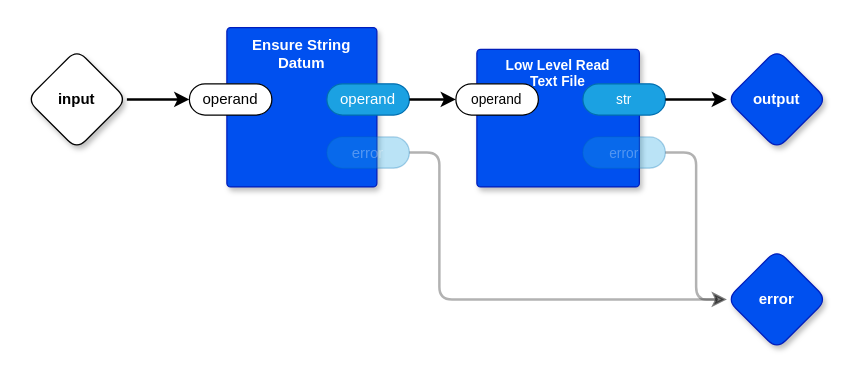
Earlier version of the draw.io diagram page "Read Text File" (15 of 15) of find-and-replace.drawio (guitarvydas/find-and-replace). Source tidied: cells renumbered, new cells numbered last; positions are measured from the earlier drawing's top-left corner, leaving out a move shared by most shapes. Both pictures are drawn from the tidied source at 125%, with x=0, y=0 at pixel (26, 26).
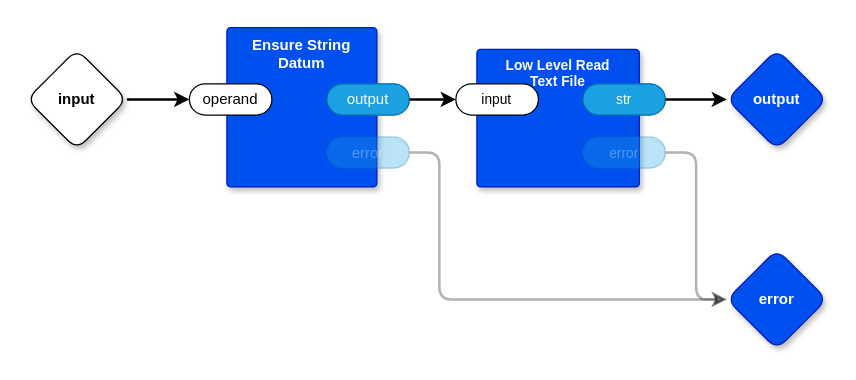
The same diagram, later.

Diff of the diagram source:
```diff
@@
 <mxGraphModel>
   <root>
     <mxCell id="0" />
     <mxCell id="1" parent="0" />
     <mxCell id="2" value="Ensure String Datum" style="rounded=1;whiteSpace=wrap;html=1;sketch=0;verticalAlign=top;arcSize=6;fontStyle=1;absoluteArcSize=1;shadow=1;strokeColor=#001DBC;fillColor=#0050ef;fontColor=#ffffff;" parent="1" vertex="1">
       <mxGeometry x="160" y="0.5" width="120" height="127.5" as="geometry" />
     </mxCell>
     <mxCell id="3" value="operand" style="rounded=1;whiteSpace=wrap;html=1;sketch=0;points=[[0,0.5,0,0,0],[1,0.5,0,0,0]];arcSize=50;" parent="2" vertex="1">
       <mxGeometry x="-30" y="45" width="66" height="25" as="geometry" />
     </mxCell>
-    <mxCell id="4" value="operand" style="rounded=1;whiteSpace=wrap;html=1;sketch=0;points=[[0,0.5,0,0,0],[1,0.5,0,0,0]];fillColor=#1ba1e2;fontColor=#ffffff;strokeColor=#006EAF;arcSize=50;" parent="2" vertex="1">
+    <mxCell id="4" value="output" style="rounded=1;whiteSpace=wrap;html=1;sketch=0;points=[[0,0.5,0,0,0],[1,0.5,0,0,0]];fillColor=#1ba1e2;fontColor=#ffffff;strokeColor=#006EAF;arcSize=50;" parent="2" vertex="1">
       <mxGeometry x="80" y="45" width="66" height="25" as="geometry" />
     </mxCell>
     <mxCell id="5" value="Low Level Read &lt;br&gt;Text File" style="rounded=1;whiteSpace=wrap;html=1;sketch=0;verticalAlign=top;arcSize=6;fontStyle=1;absoluteArcSize=1;shadow=1;strokeColor=#001DBC;fillColor=#0050ef;fontColor=#ffffff;fontFamily=Helvetica;fontSize=11;" parent="1" vertex="1">
       <mxGeometry x="360" y="18" width="130" height="110" as="geometry" />
     </mxCell>
-    <mxCell id="6" value="operand" style="rounded=1;whiteSpace=wrap;html=1;sketch=0;points=[[0,0.5,0,0,0],[1,0.5,0,0,0]];arcSize=50;fontFamily=Helvetica;fontSize=11;fontColor=default;" parent="5" vertex="1">
+    <mxCell id="6" value="input" style="rounded=1;whiteSpace=wrap;html=1;sketch=0;points=[[0,0.5,0,0,0],[1,0.5,0,0,0]];arcSize=50;fontFamily=Helvetica;fontSize=11;fontColor=default;" parent="5" vertex="1">
       <mxGeometry x="-16.8" y="27.5" width="66" height="25" as="geometry" />
     </mxCell>
     <mxCell id="7" value="str" style="rounded=1;whiteSpace=wrap;html=1;sketch=0;points=[[0,0.5,0,0,0],[1,0.5,0,0,0]];fillColor=#1ba1e2;fontColor=#ffffff;strokeColor=#006EAF;arcSize=50;fontFamily=Helvetica;fontSize=11;" parent="5" vertex="1">
       <mxGeometry x="84.8" y="27.5" width="66" height="25" as="geometry" />
     </mxCell>
     <mxCell id="8" value="error" style="rounded=1;whiteSpace=wrap;html=1;sketch=0;points=[[0,0.5,0,0,0],[1,0.5,0,0,0]];fillColor=#1ba1e2;fontColor=#ffffff;strokeColor=#006EAF;arcSize=50;fontFamily=Helvetica;fontSize=11;textOpacity=30;opacity=30;" parent="5" vertex="1">
       <mxGeometry x="84.8" y="70" width="66" height="25" as="geometry" />
     </mxCell>
-    <mxCell id="9" style="edgeStyle=orthogonalEdgeStyle;rounded=1;jettySize=auto;html=1;exitX=1;exitY=0.5;exitDx=0;exitDy=0;exitPerimeter=0;strokeWidth=2;" parent="1" edge="1" source="4" target="6">
-      <mxGeometry relative="1" as="geometry" />
-    </mxCell>
     <mxCell id="10" style="edgeStyle=orthogonalEdgeStyle;shape=connector;rounded=1;jettySize=auto;html=1;exitX=1;exitY=0.5;exitDx=0;exitDy=0;exitPerimeter=0;labelBackgroundColor=default;strokeColor=default;strokeWidth=2;fontFamily=Helvetica;fontSize=11;fontColor=default;endArrow=classic;entryX=0;entryY=0.5;entryDx=0;entryDy=0;entryPerimeter=0;opacity=30;" parent="1" edge="1" source="11" target="16">
       <mxGeometry relative="1" as="geometry">
         <Array as="points">
           <mxPoint x="330" y="101" />
           <mxPoint x="330" y="218" />
         </Array>
       </mxGeometry>
     </mxCell>
     <mxCell id="11" value="error" style="rounded=1;whiteSpace=wrap;html=1;sketch=0;points=[[0,0.5,0,0,0],[1,0.5,0,0,0]];fillColor=#1ba1e2;fontColor=#ffffff;strokeColor=#006EAF;arcSize=50;opacity=30;textOpacity=30;" parent="1" vertex="1">
       <mxGeometry x="240" y="88" width="66" height="25" as="geometry" />
     </mxCell>
     <mxCell id="12" style="edgeStyle=orthogonalEdgeStyle;shape=connector;rounded=1;jettySize=auto;html=1;entryX=0;entryY=0.5;entryDx=0;entryDy=0;entryPerimeter=0;labelBackgroundColor=default;strokeColor=default;strokeWidth=2;fontFamily=Helvetica;fontSize=11;fontColor=default;endArrow=classic;" parent="1" edge="1" source="13" target="3">
       <mxGeometry relative="1" as="geometry" />
     </mxCell>
     <mxCell id="13" value="input" style="rhombus;whiteSpace=wrap;html=1;rounded=1;fontStyle=1;glass=0;sketch=0;fontSize=12;points=[[0,0.5,0,0,0],[0.5,0,0,0,0],[0.5,1,0,0,0],[1,0.5,0,0,0]];shadow=1;fontFamily=Helvetica;fontColor=default;" parent="1" vertex="1">
       <mxGeometry y="18" width="80" height="80" as="geometry" />
     </mxCell>
     <mxCell id="14" value="output" style="rhombus;whiteSpace=wrap;html=1;rounded=1;fillColor=#0050ef;fontColor=#ffffff;strokeColor=#001DBC;fontStyle=1;glass=0;sketch=0;fontSize=12;points=[[0,0.5,0,0,0],[0.5,0,0,0,0],[0.5,1,0,0,0],[1,0.5,0,0,0]];shadow=1;fontFamily=Helvetica;" parent="1" vertex="1">
       <mxGeometry x="560" y="18" width="80" height="80" as="geometry" />
     </mxCell>
     <mxCell id="15" style="edgeStyle=orthogonalEdgeStyle;shape=connector;rounded=1;jettySize=auto;html=1;exitX=1;exitY=0.5;exitDx=0;exitDy=0;exitPerimeter=0;entryX=0;entryY=0.5;entryDx=0;entryDy=0;entryPerimeter=0;labelBackgroundColor=default;strokeColor=default;strokeWidth=2;fontFamily=Helvetica;fontSize=11;fontColor=default;endArrow=classic;" parent="1" edge="1" source="7" target="14">
       <mxGeometry relative="1" as="geometry" />
     </mxCell>
     <mxCell id="16" value="error" style="rhombus;whiteSpace=wrap;html=1;rounded=1;fillColor=#0050ef;fontColor=#ffffff;strokeColor=#001DBC;fontStyle=1;glass=0;sketch=0;fontSize=12;points=[[0,0.5,0,0,0],[0.5,0,0,0,0],[0.5,1,0,0,0],[1,0.5,0,0,0]];shadow=1;fontFamily=Helvetica;" parent="1" vertex="1">
       <mxGeometry x="560" y="178" width="80" height="80" as="geometry" />
     </mxCell>
     <mxCell id="17" style="edgeStyle=orthogonalEdgeStyle;shape=connector;rounded=1;jettySize=auto;html=1;exitX=1;exitY=0.5;exitDx=0;exitDy=0;exitPerimeter=0;entryX=0;entryY=0.5;entryDx=0;entryDy=0;entryPerimeter=0;labelBackgroundColor=default;strokeColor=default;strokeWidth=2;fontFamily=Helvetica;fontSize=11;fontColor=default;endArrow=classic;opacity=30;" parent="1" edge="1" source="8" target="16">
       <mxGeometry relative="1" as="geometry" />
     </mxCell>
+    <mxCell id="9" style="edgeStyle=orthogonalEdgeStyle;shape=connector;rounded=1;jettySize=auto;html=1;exitX=1;exitY=0.5;exitDx=0;exitDy=0;exitPerimeter=0;entryX=0;entryY=0.5;entryDx=0;entryDy=0;entryPerimeter=0;labelBackgroundColor=default;strokeColor=default;strokeWidth=2;fontFamily=Helvetica;fontSize=11;fontColor=default;endArrow=classic;" parent="1" edge="1" source="4" target="6">
+      <mxGeometry relative="1" as="geometry" />
+    </mxCell>
   </root>
 </mxGraphModel>
```
